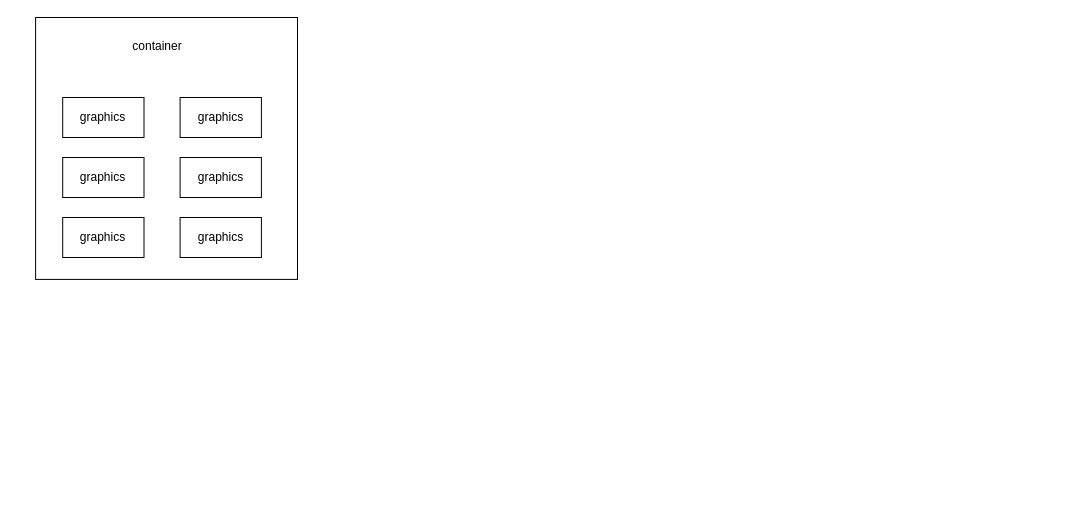
InternationSi/drawIO keeps this draw.io diagram as xtmind.drawio. Above is the earlier version. Source tidied: cells renumbered, new cells numbered last; positions are measured from the earlier drawing's top-left corner, leaving out a move shared by most shapes. Both pictures are drawn from the tidied source at 100%, with x=0, y=0 at pixel (17, 17).
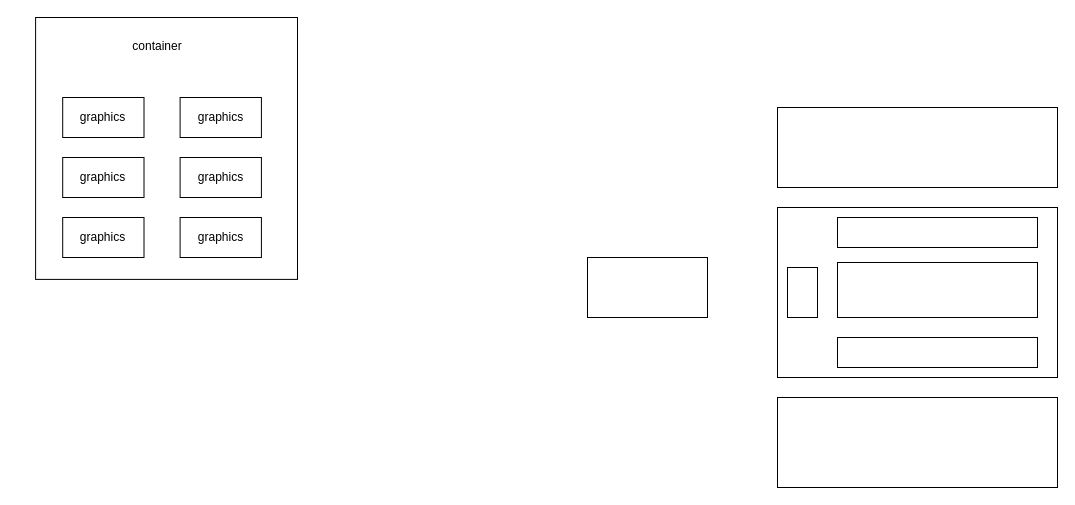
The same diagram, later.

Diff of the diagram source:
```diff
@@
 <mxGraphModel>
   <root>
     <mxCell id="0" />
     <mxCell id="1" parent="0" />
     <mxCell id="2" style="group;" parent="1" vertex="1">
       <mxGeometry width="280" height="320" as="geometry" />
     </mxCell>
     <mxCell id="3" style="whiteSpace=wrap;html=1;" parent="2" vertex="1">
       <mxGeometry x="18.1" width="261.9" height="261.9" as="geometry" />
     </mxCell>
     <mxCell id="4" value="container" style="text;html=1;align=center;verticalAlign=middle;whiteSpace=wrap;rounded=0;" parent="2" vertex="1">
       <mxGeometry x="110" y="11.4" width="60" height="34.3" as="geometry" />
     </mxCell>
     <mxCell id="5" value="graphics" style="rounded=0;whiteSpace=wrap;html=1;" parent="2" vertex="1">
       <mxGeometry x="45.2" y="80" width="81.3" height="40" as="geometry" />
     </mxCell>
     <mxCell id="6" value="graphics" style="rounded=0;whiteSpace=wrap;html=1;" parent="2" vertex="1">
       <mxGeometry x="162.6" y="80" width="81.3" height="40" as="geometry" />
     </mxCell>
     <mxCell id="7" value="graphics" style="rounded=0;whiteSpace=wrap;html=1;" parent="2" vertex="1">
       <mxGeometry x="162.6" y="140" width="81.3" height="40" as="geometry" />
     </mxCell>
     <mxCell id="8" value="graphics" style="rounded=0;whiteSpace=wrap;html=1;" parent="2" vertex="1">
       <mxGeometry x="45.2" y="140" width="81.3" height="40" as="geometry" />
     </mxCell>
     <mxCell id="9" value="graphics" style="rounded=0;whiteSpace=wrap;html=1;" parent="2" vertex="1">
       <mxGeometry x="45.2" y="200" width="81.3" height="40" as="geometry" />
     </mxCell>
     <mxCell id="10" value="graphics" style="rounded=0;whiteSpace=wrap;html=1;" parent="2" vertex="1">
       <mxGeometry x="162.6" y="200" width="81.3" height="40" as="geometry" />
     </mxCell>
+    <mxCell id="11" style="rounded=0;whiteSpace=wrap;html=1;" parent="1" vertex="1">
+      <mxGeometry x="570" y="240" width="120" height="60" as="geometry" />
+    </mxCell>
+    <mxCell id="12" style="rounded=0;whiteSpace=wrap;html=1;" parent="1" vertex="1">
+      <mxGeometry x="760" y="90" width="280" height="80" as="geometry" />
+    </mxCell>
+    <mxCell id="13" style="rounded=0;whiteSpace=wrap;html=1;" parent="1" vertex="1">
+      <mxGeometry x="760" y="190" width="280" height="170" as="geometry" />
+    </mxCell>
+    <mxCell id="14" style="rounded=0;whiteSpace=wrap;html=1;" parent="1" vertex="1">
+      <mxGeometry x="760" y="380" width="280" height="90" as="geometry" />
+    </mxCell>
+    <mxCell id="15" style="rounded=0;whiteSpace=wrap;html=1;" parent="1" vertex="1">
+      <mxGeometry x="820" y="200" width="200" height="30" as="geometry" />
+    </mxCell>
+    <mxCell id="16" style="rounded=0;whiteSpace=wrap;html=1;" parent="1" vertex="1">
+      <mxGeometry x="820" y="245" width="200" height="55" as="geometry" />
+    </mxCell>
+    <mxCell id="17" style="rounded=0;whiteSpace=wrap;html=1;" parent="1" vertex="1">
+      <mxGeometry x="820" y="320" width="200" height="30" as="geometry" />
+    </mxCell>
+    <mxCell id="18" style="rounded=0;whiteSpace=wrap;html=1;" parent="1" vertex="1">
+      <mxGeometry x="770" y="250" width="30" height="50" as="geometry" />
+    </mxCell>
   </root>
 </mxGraphModel>
```
